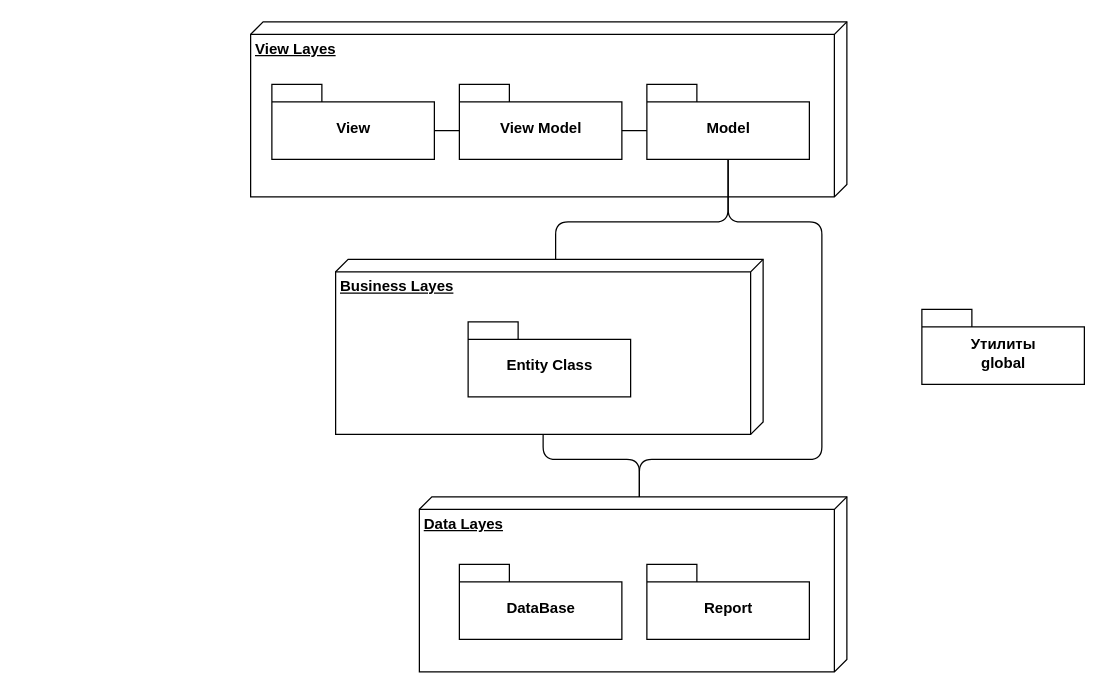
Earlier version of the draw.io diagram DOC/DiagramPackagesDetail.drawio (toshabelof/dissertation). Source tidied: cells renumbered, new cells numbered last; positions are measured from the earlier drawing's top-left corner, leaving out a move shared by most shapes. Both pictures are drawn from the tidied source at 125%, with x=0, y=0 at pixel (250, 21).
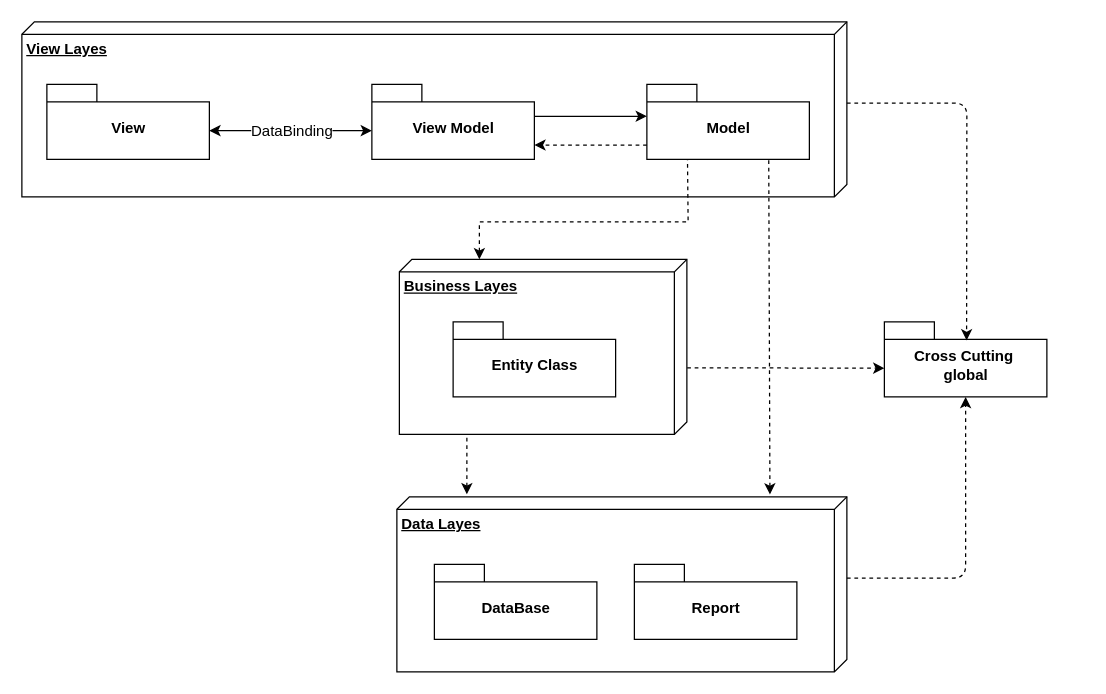
After the change.

The change refers to these unchanged cells:
```xml
<mxCell id="9" value="Model" style="shape=folder;fontStyle=1;spacingTop=10;tabWidth=40;tabHeight=14;tabPosition=left;html=1;shadow=0;" parent="1" vertex="1">
  <mxGeometry x="317" y="50" width="130" height="60" as="geometry" />
</mxCell>
```

Change to the diagram source:
```diff
@@
     <mxCell id="2" value="&lt;span style=&quot;font-weight: 700 ; text-align: center&quot;&gt;Data Layes&lt;/span&gt;" style="verticalAlign=top;align=left;spacingTop=8;spacingLeft=2;spacingRight=12;shape=cube;size=10;direction=south;fontStyle=4;html=1;" parent="1" vertex="1">
-      <mxGeometry x="135" y="380" width="342" height="140" as="geometry" />
+      <mxGeometry x="117" y="380" width="360" height="140" as="geometry" />
     </mxCell>
     <mxCell id="3" value="DataBase" style="shape=folder;fontStyle=1;spacingTop=10;tabWidth=40;tabHeight=14;tabPosition=left;html=1;" parent="1" vertex="1">
-      <mxGeometry x="167" y="434" width="130" height="60" as="geometry" />
+      <mxGeometry x="147" y="434" width="130" height="60" as="geometry" />
     </mxCell>
     <mxCell id="4" value="Report" style="shape=folder;fontStyle=1;spacingTop=10;tabWidth=40;tabHeight=14;tabPosition=left;html=1;" parent="1" vertex="1">
-      <mxGeometry x="317" y="434" width="130" height="60" as="geometry" />
+      <mxGeometry x="307" y="434" width="130" height="60" as="geometry" />
     </mxCell>
-    <mxCell id="5" value="Утилиты&lt;br&gt;global" style="shape=folder;fontStyle=1;spacingTop=10;tabWidth=40;tabHeight=14;tabPosition=left;html=1;" parent="1" vertex="1">
-      <mxGeometry x="537" y="230" width="130" height="60" as="geometry" />
+    <mxCell id="5" value="Cross Cutting&amp;nbsp;&lt;br&gt;global" style="shape=folder;fontStyle=1;spacingTop=10;tabWidth=40;tabHeight=14;tabPosition=left;html=1;" parent="1" vertex="1">
+      <mxGeometry x="507" y="240" width="130" height="60" as="geometry" />
     </mxCell>
     <mxCell id="6" value="&lt;span style=&quot;font-weight: 700 ; text-align: center&quot;&gt;View Layes&lt;/span&gt;" style="verticalAlign=top;align=left;spacingTop=8;spacingLeft=2;spacingRight=12;shape=cube;size=10;direction=south;fontStyle=4;html=1;" parent="1" vertex="1">
-      <mxGeometry width="477" height="140" as="geometry" />
+      <mxGeometry x="-183" width="660" height="140" as="geometry" />
     </mxCell>
     <mxCell id="7" value="&lt;span style=&quot;font-weight: 700 ; text-align: center&quot;&gt;Business Layes&lt;/span&gt;" style="verticalAlign=top;align=left;spacingTop=8;spacingLeft=2;spacingRight=12;shape=cube;size=10;direction=south;fontStyle=4;html=1;" parent="1" vertex="1">
-      <mxGeometry x="68" y="190" width="342" height="140" as="geometry" />
+      <mxGeometry x="119" y="190" width="230" height="140" as="geometry" />
     </mxCell>
     <mxCell id="8" value="Entity Class" style="shape=folder;fontStyle=1;spacingTop=10;tabWidth=40;tabHeight=14;tabPosition=left;html=1;" parent="1" vertex="1">
-      <mxGeometry x="174" y="240" width="130" height="60" as="geometry" />
+      <mxGeometry x="162" y="240" width="130" height="60" as="geometry" />
     </mxCell>
@@
     <mxCell id="10" value="View" style="shape=folder;fontStyle=1;spacingTop=10;tabWidth=40;tabHeight=14;tabPosition=left;html=1;shadow=0;" parent="1" vertex="1">
-      <mxGeometry x="17" y="50" width="130" height="60" as="geometry" />
+      <mxGeometry x="-163" y="50" width="130" height="60" as="geometry" />
     </mxCell>
     <mxCell id="11" value="View Model" style="shape=folder;fontStyle=1;spacingTop=10;tabWidth=40;tabHeight=14;tabPosition=left;html=1;shadow=0;" parent="1" vertex="1">
-      <mxGeometry x="167" y="50" width="130" height="60" as="geometry" />
+      <mxGeometry x="97" y="50" width="130" height="60" as="geometry" />
     </mxCell>
-    <mxCell id="12" style="endArrow=none;html=1;entryX=0;entryY=0;entryDx=130;entryDy=37;entryPerimeter=0;exitX=0;exitY=0;exitDx=0;exitDy=37;exitPerimeter=0;shadow=0;" parent="1" edge="1" source="9" target="11">
-      <mxGeometry relative="1" as="geometry" />
-    </mxCell>
-    <mxCell id="13" style="endArrow=none;html=1;entryX=0;entryY=0;entryDx=0;entryDy=37;entryPerimeter=0;exitX=0;exitY=0;exitDx=130;exitDy=37;exitPerimeter=0;shadow=0;" parent="1" edge="1" source="10" target="11">
-      <mxGeometry relative="1" as="geometry" />
-    </mxCell>
-    <mxCell id="14" style="endArrow=none;html=1;shadow=0;entryX=0.5;entryY=1;entryDx=0;entryDy=0;entryPerimeter=0;exitX=0;exitY=0;exitDx=0;exitDy=166;exitPerimeter=0;" parent="1" edge="1" source="7" target="9">
+    <mxCell id="14" style="endArrow=none;html=1;shadow=0;entryX=0.25;entryY=1;entryDx=0;entryDy=0;entryPerimeter=0;exitX=0;exitY=0;exitDx=0;exitDy=166;exitPerimeter=0;strokeColor=#000000;rounded=0;startArrow=classic;startFill=1;dashed=1;" parent="1" edge="1" source="7" target="9">
       <mxGeometry relative="1" as="geometry">
         <Array as="points">
-          <mxPoint x="244" y="160" />
-          <mxPoint x="382" y="160" />
+          <mxPoint x="183" y="160" />
+          <mxPoint x="350" y="160" />
         </Array>
       </mxGeometry>
     </mxCell>
-    <mxCell id="15" style="endArrow=none;html=1;shadow=0;entryX=0;entryY=0;entryDx=140;entryDy=176;entryPerimeter=0;exitX=0;exitY=0;exitDx=0;exitDy=166;exitPerimeter=0;" parent="1" edge="1" source="2" target="7">
+    <mxCell id="15" style="endArrow=none;html=1;shadow=0;entryX=0;entryY=0;entryDx=140;entryDy=176;entryPerimeter=0;startArrow=classic;startFill=1;rounded=0;dashed=1;" parent="1" edge="1" target="7">
       <mxGeometry relative="1" as="geometry">
+        <mxPoint x="173" y="378" as="sourcePoint" />
         <Array as="points">
-          <mxPoint x="311" y="350" />
-          <mxPoint x="234" y="350" />
+          <mxPoint x="173" y="350" />
         </Array>
       </mxGeometry>
     </mxCell>
-    <mxCell id="16" style="endArrow=none;html=1;shadow=0;entryX=0.5;entryY=1;entryDx=0;entryDy=0;entryPerimeter=0;exitX=0;exitY=0;exitDx=0;exitDy=166;exitPerimeter=0;" parent="1" edge="1" source="2" target="9">
-      <mxGeometry relative="1" as="geometry">
-        <Array as="points">
-          <mxPoint x="311" y="350" />
-          <mxPoint x="457" y="350" />
-          <mxPoint x="457" y="160" />
-          <mxPoint x="382" y="160" />
-        </Array>
-      </mxGeometry>
+    <mxCell id="16" style="endArrow=none;html=1;shadow=0;entryX=0.75;entryY=1;entryDx=0;entryDy=0;entryPerimeter=0;rounded=0;startArrow=classic;startFill=1;exitX=-0.014;exitY=0.171;exitDx=0;exitDy=0;exitPerimeter=0;dashed=1;" parent="1" edge="1" source="2" target="9">
+      <mxGeometry relative="1" as="geometry" />
     </mxCell>
+    <mxCell id="13" style="endArrow=classic;startArrow=classic;html=1;exitX=0;exitY=0;exitDx=130;exitDy=37;exitPerimeter=0;entryX=0;entryY=0;entryDx=0;entryDy=37;entryPerimeter=0;" parent="1" edge="1" source="10" target="11">
+      <mxGeometry relative="1" as="geometry" />
+    </mxCell>
+    <mxCell id="17" value="DataBinding" style="text;html=1;align=center;verticalAlign=middle;labelBackgroundColor=#ffffff;" parent="13" vertex="1">
+      <mxGeometry x="-0.38" y="3" relative="1" as="geometry">
+        <mxPoint x="25.5" y="3" as="offset" />
+      </mxGeometry>
+    </mxCell>
+    <mxCell id="18" style="endArrow=classic;html=1;entryX=0;entryY=0;entryDx=0;entryDy=25.5;entryPerimeter=0;exitX=0;exitY=0;exitDx=130;exitDy=25.5;exitPerimeter=0;" parent="1" edge="1" source="11" target="9">
+      <mxGeometry relative="1" as="geometry" />
+    </mxCell>
+    <mxCell id="12" style="endArrow=classic;html=1;entryX=0;entryY=0;entryDx=130;entryDy=48.5;entryPerimeter=0;exitX=0;exitY=0;exitDx=0;exitDy=48.5;exitPerimeter=0;dashed=1;" parent="1" edge="1" source="9" target="11">
+      <mxGeometry relative="1" as="geometry" />
+    </mxCell>
+    <mxCell id="19" style="endArrow=classic;dashed=1;html=1;strokeColor=#000000;exitX=0.62;exitY=-0.001;exitDx=0;exitDy=0;exitPerimeter=0;entryX=0;entryY=0;entryDx=0;entryDy=37;entryPerimeter=0;startArrow=none;startFill=0;endFill=1;" parent="1" edge="1" source="7" target="5">
+      <mxGeometry relative="1" as="geometry" />
+    </mxCell>
+    <mxCell id="20" style="endArrow=classic;dashed=1;html=1;strokeColor=#000000;exitX=0;exitY=0;exitDx=65;exitDy=0;exitPerimeter=0;entryX=0.506;entryY=0.247;entryDx=0;entryDy=0;entryPerimeter=0;startArrow=none;startFill=0;endFill=1;" parent="1" edge="1" source="6" target="5">
+      <mxGeometry relative="1" as="geometry">
+        <Array as="points">
+          <mxPoint x="573" y="65" />
+        </Array>
+      </mxGeometry>
+    </mxCell>
+    <mxCell id="21" style="endArrow=classic;dashed=1;html=1;strokeColor=#000000;exitX=0;exitY=0;exitDx=65;exitDy=0;exitPerimeter=0;entryX=0.5;entryY=1;entryDx=0;entryDy=0;entryPerimeter=0;startArrow=none;startFill=0;endFill=1;" parent="1" edge="1" source="2" target="5">
+      <mxGeometry relative="1" as="geometry">
+        <Array as="points">
+          <mxPoint x="572" y="445" />
+        </Array>
+      </mxGeometry>
+    </mxCell>
```
